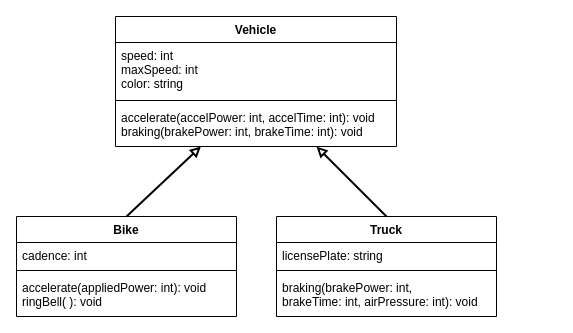
The draw.io diagram drawio/classDiagram.drawio in Aidan-Lalonde-Novales/ics4u-unit2-09-typescript, before the edit. Source tidied: cells renumbered, new cells numbered last; positions are measured from the earlier drawing's top-left corner, leaving out a move shared by most shapes. Both pictures are drawn from the tidied source at 100%, with x=0, y=0 at pixel (16, 16).
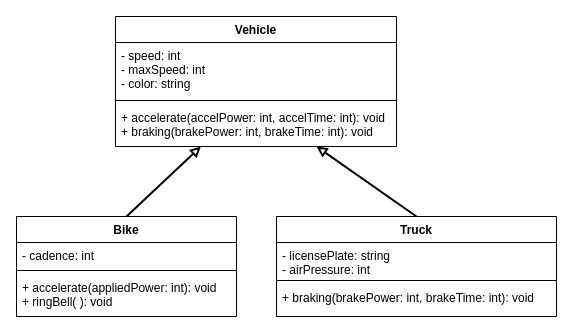
Above is the later version.

Change to the diagram source:
```diff
@@
 <mxGraphModel>
   <root>
     <mxCell id="0" />
     <mxCell id="1" parent="0" />
-    <mxCell id="2" value="Vehicle" style="swimlane;fontStyle=1;align=center;verticalAlign=top;horizontal=1;startSize=26;" parent="1" vertex="1">
-      <mxGeometry x="99" width="281" height="130" as="geometry" />
-    </mxCell>
-    <mxCell id="3" value="speed: int&#10;maxSpeed: int&#10;color: string" style="text;strokeColor=none;fillColor=none;align=left;verticalAlign=top;spacingLeft=4;spacingRight=4;overflow=hidden;" parent="2" vertex="1">
-      <mxGeometry y="26" width="281" height="54" as="geometry" />
-    </mxCell>
+    <mxCell id="15" value="Vehicle" style="swimlane;fontStyle=1;align=center;verticalAlign=top;horizontal=1;startSize=26;" parent="1" vertex="1">
+      <mxGeometry x="99" width="281" height="130" as="geometry" />
+    </mxCell>
+    <mxCell id="16" value="- speed: int&#10;- maxSpeed: int&#10;- color: string" style="text;strokeColor=none;fillColor=none;align=left;verticalAlign=top;spacingLeft=4;spacingRight=4;overflow=hidden;" parent="15" vertex="1">
+      <mxGeometry y="26" width="281" height="54" as="geometry" />
+    </mxCell>
-    <mxCell id="4" style="line;strokeWidth=1;fillColor=none;align=left;verticalAlign=middle;spacingTop=-1;spacingLeft=3;spacingRight=3;labelPosition=right;" parent="2" vertex="1">
+    <mxCell id="4" style="line;strokeWidth=1;fillColor=none;align=left;verticalAlign=middle;spacingTop=-1;spacingLeft=3;spacingRight=3;labelPosition=right;" parent="15" vertex="1">
       <mxGeometry y="80" width="281" height="8" as="geometry" />
     </mxCell>
-    <mxCell id="5" value="accelerate(accelPower: int, accelTime: int): void&#10;braking(brakePower: int, brakeTime: int): void" style="text;strokeColor=none;fillColor=none;align=left;verticalAlign=top;spacingLeft=4;spacingRight=4;overflow=hidden;points=[[0,0.5],[1,0.5]];portConstraint=eastwest;" parent="2" vertex="1">
-      <mxGeometry y="88" width="281" height="42" as="geometry" />
-    </mxCell>
+    <mxCell id="17" value="+ accelerate(accelPower: int, accelTime: int): void&#10;+ braking(brakePower: int, brakeTime: int): void" style="text;strokeColor=none;fillColor=none;align=left;verticalAlign=top;spacingLeft=4;spacingRight=4;overflow=hidden;points=[[0,0.5],[1,0.5]];portConstraint=eastwest;" parent="15" vertex="1">
+      <mxGeometry y="88" width="281" height="42" as="geometry" />
+    </mxCell>
     <mxCell id="6" value="Bike" style="swimlane;fontStyle=1;align=center;verticalAlign=top;horizontal=1;startSize=26;" parent="1" vertex="1">
       <mxGeometry y="200" width="220" height="100" as="geometry" />
     </mxCell>
-    <mxCell id="7" value="cadence: int" style="text;strokeColor=none;fillColor=none;align=left;verticalAlign=top;spacingLeft=4;spacingRight=4;overflow=hidden;" parent="6" vertex="1">
-      <mxGeometry y="26" width="220" height="24" as="geometry" />
-    </mxCell>
-    <mxCell id="8" style="line;strokeWidth=1;fillColor=none;align=left;verticalAlign=middle;spacingTop=-1;spacingLeft=3;spacingRight=3;labelPosition=right;" parent="6" vertex="1">
-      <mxGeometry y="50" width="220" height="8" as="geometry" />
-    </mxCell>
-    <mxCell id="9" value="accelerate(appliedPower: int): void&#10;ringBell( ): void" style="text;strokeColor=none;fillColor=none;align=left;verticalAlign=top;spacingLeft=4;spacingRight=4;overflow=hidden;" parent="6" vertex="1">
-      <mxGeometry y="58" width="220" height="42" as="geometry" />
-    </mxCell>
+    <mxCell id="18" value="- cadence: int" style="text;strokeColor=none;fillColor=none;align=left;verticalAlign=top;spacingLeft=4;spacingRight=4;overflow=hidden;" parent="6" vertex="1">
+      <mxGeometry y="26" width="220" height="24" as="geometry" />
+    </mxCell>
+    <mxCell id="19" style="line;strokeWidth=1;fillColor=none;align=left;verticalAlign=middle;spacingTop=-1;spacingLeft=3;spacingRight=3;labelPosition=right;" parent="6" vertex="1">
+      <mxGeometry y="50" width="220" height="8" as="geometry" />
+    </mxCell>
+    <mxCell id="20" value="+ accelerate(appliedPower: int): void&#10;+ ringBell( ): void" style="text;strokeColor=none;fillColor=none;align=left;verticalAlign=top;spacingLeft=4;spacingRight=4;overflow=hidden;" parent="6" vertex="1">
+      <mxGeometry y="58" width="220" height="42" as="geometry" />
+    </mxCell>
     <mxCell id="10" value="Truck" style="swimlane;fontStyle=1;align=center;verticalAlign=top;horizontal=1;startSize=26;" parent="1" vertex="1">
-      <mxGeometry x="260" y="200" width="220" height="100" as="geometry" />
+      <mxGeometry x="260" y="200" width="280" height="100" as="geometry" />
     </mxCell>
-    <mxCell id="11" value="licensePlate: string" style="text;strokeColor=none;fillColor=none;align=left;verticalAlign=top;spacingLeft=4;spacingRight=4;overflow=hidden;" parent="10" vertex="1">
-      <mxGeometry y="26" width="220" height="24" as="geometry" />
-    </mxCell>
-    <mxCell id="12" style="line;strokeWidth=1;fillColor=none;align=left;verticalAlign=middle;spacingTop=-1;spacingLeft=3;spacingRight=3;labelPosition=right;" parent="10" vertex="1">
-      <mxGeometry y="50" width="220" height="8" as="geometry" />
-    </mxCell>
-    <mxCell id="13" value="braking(brakePower: int, &#10;brakeTime: int, airPressure: int): void" style="text;strokeColor=none;fillColor=none;align=left;verticalAlign=top;spacingLeft=4;spacingRight=4;overflow=hidden;" parent="10" vertex="1">
-      <mxGeometry y="58" width="220" height="42" as="geometry" />
-    </mxCell>
-    <mxCell id="14" style="edgeStyle=none;html=1;exitX=0.5;exitY=0;exitDx=0;exitDy=0;strokeWidth=2;endArrow=block;endFill=0;entryX=0.304;entryY=0.998;entryDx=0;entryDy=0;entryPerimeter=0;" parent="1" edge="1" source="6" target="5">
-      <mxGeometry relative="1" as="geometry" />
-    </mxCell>
-    <mxCell id="15" style="edgeStyle=none;html=1;exitX=0.5;exitY=0;exitDx=0;exitDy=0;strokeWidth=2;endArrow=block;endFill=0;" parent="1" edge="1" source="10">
-      <mxGeometry relative="1" as="geometry">
-        <mxPoint x="300" y="130" as="targetPoint" />
-      </mxGeometry>
-    </mxCell>
+    <mxCell id="21" value="- licensePlate: string&#10;- airPressure: int" style="text;strokeColor=none;fillColor=none;align=left;verticalAlign=top;spacingLeft=4;spacingRight=4;overflow=hidden;" parent="10" vertex="1">
+      <mxGeometry y="26" width="280" height="34" as="geometry" />
+    </mxCell>
+    <mxCell id="22" style="line;strokeWidth=1;fillColor=none;align=left;verticalAlign=middle;spacingTop=-1;spacingLeft=3;spacingRight=3;labelPosition=right;" parent="10" vertex="1">
+      <mxGeometry y="60" width="280" height="8" as="geometry" />
+    </mxCell>
+    <mxCell id="23" value="+ braking(brakePower: int, brakeTime: int): void" style="text;strokeColor=none;fillColor=none;align=left;verticalAlign=top;spacingLeft=4;spacingRight=4;overflow=hidden;" parent="10" vertex="1">
+      <mxGeometry y="68" width="280" height="32" as="geometry" />
+    </mxCell>
+    <mxCell id="24" style="edgeStyle=none;html=1;exitX=0.5;exitY=0;exitDx=0;exitDy=0;strokeWidth=2;endArrow=block;endFill=0;entryX=0.304;entryY=0.998;entryDx=0;entryDy=0;entryPerimeter=0;" parent="1" edge="1" source="6" target="17">
+      <mxGeometry relative="1" as="geometry" />
+    </mxCell>
+    <mxCell id="25" style="edgeStyle=none;html=1;exitX=0.5;exitY=0;exitDx=0;exitDy=0;strokeWidth=2;endArrow=block;endFill=0;" parent="1" edge="1" source="10">
+      <mxGeometry relative="1" as="geometry">
+        <mxPoint x="300" y="130" as="targetPoint" />
+      </mxGeometry>
+    </mxCell>
   </root>
 </mxGraphModel>
```
